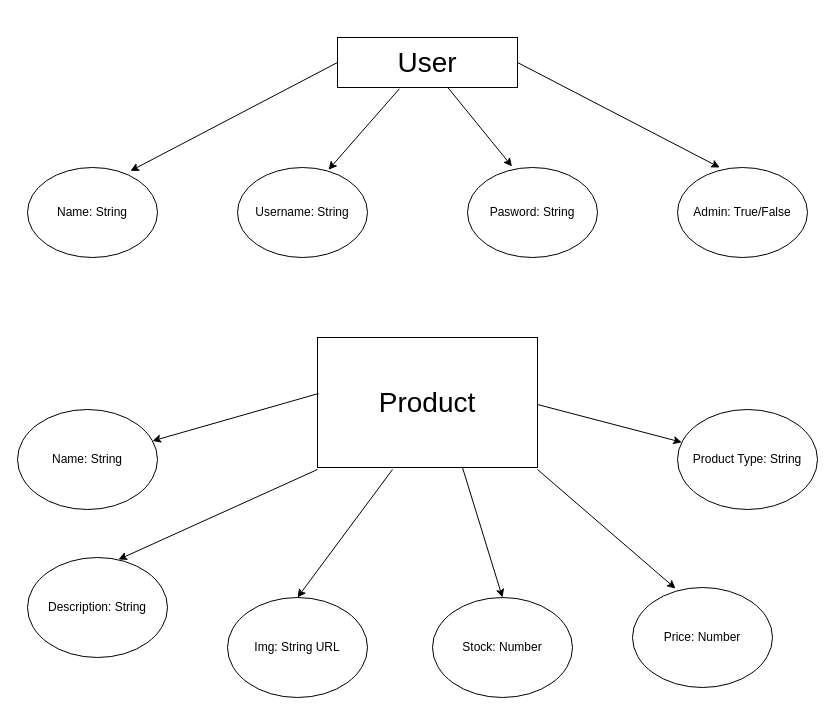
Above: ERD.drawio in dazeyb/OutdoorGearSite (draw.io), before the change. Source tidied: cells renumbered, new cells numbered last; positions are measured from the earlier drawing's top-left corner, leaving out a move shared by most shapes. Both pictures are drawn from the tidied source at 100%, with x=0, y=0 at pixel (17, 37).
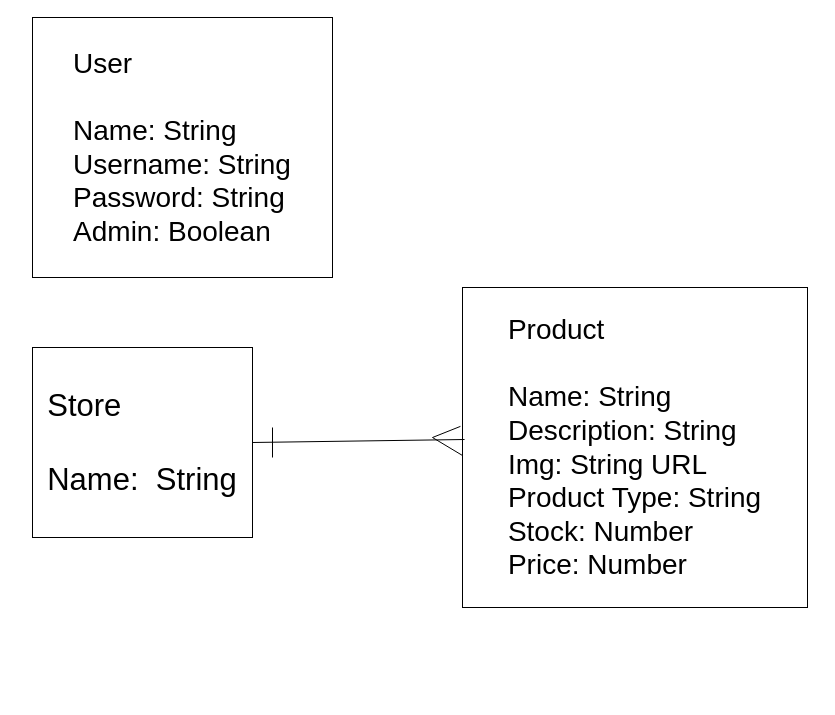
The same diagram, later.

Commit message (it also covers changes not shown here):
New ERD draft

Diff of the diagram source:
```diff
@@
-    <mxCell id="2" value="&lt;font style=&quot;font-size: 28px&quot;&gt;User&lt;/font&gt;" style="rounded=0;whiteSpace=wrap;html=1;" parent="1" vertex="1">
-      <mxGeometry x="320" width="180" height="50" as="geometry" />
+    <mxCell id="2" value="&lt;div style=&quot;text-align: left ; font-size: 28px&quot;&gt;&lt;font style=&quot;font-size: 28px&quot;&gt;User&lt;/font&gt;&lt;/div&gt;&lt;font style=&quot;font-size: 28px&quot;&gt;&lt;div style=&quot;text-align: left&quot;&gt;&lt;br&gt;&lt;/div&gt;&lt;div style=&quot;text-align: left&quot;&gt;&lt;span&gt;Name: String&lt;/span&gt;&lt;/div&gt;&lt;div style=&quot;text-align: left&quot;&gt;&lt;span&gt;Username: String&lt;/span&gt;&lt;/div&gt;&lt;div style=&quot;text-align: left&quot;&gt;&lt;span&gt;Password: String&lt;/span&gt;&lt;/div&gt;&lt;div style=&quot;text-align: left&quot;&gt;Admin: Boolean&lt;/div&gt;&lt;/font&gt;" style="rounded=0;whiteSpace=wrap;html=1;" parent="1" vertex="1">
+      <mxGeometry x="15" y="-20" width="300" height="260" as="geometry" />
     </mxCell>
-    <mxCell id="3" value="&lt;font style=&quot;font-size: 28px&quot;&gt;Product&lt;/font&gt;" style="rounded=0;whiteSpace=wrap;html=1;" parent="1" vertex="1">
-      <mxGeometry x="300" y="300" width="220" height="130" as="geometry" />
+    <mxCell id="3" value="&lt;div style=&quot;text-align: left&quot;&gt;&lt;span style=&quot;font-size: 28px&quot;&gt;Product&lt;/span&gt;&lt;/div&gt;&lt;font&gt;&lt;div style=&quot;text-align: left&quot;&gt;&lt;span style=&quot;font-size: 28px&quot;&gt;&lt;br&gt;&lt;/span&gt;&lt;/div&gt;&lt;span style=&quot;font-size: 28px&quot;&gt;&lt;div style=&quot;text-align: left&quot;&gt;&lt;span&gt;Name: String&lt;/span&gt;&lt;/div&gt;&lt;/span&gt;&lt;span style=&quot;font-size: 28px&quot;&gt;&lt;div style=&quot;text-align: left&quot;&gt;&lt;span&gt;Description: String&lt;/span&gt;&lt;/div&gt;&lt;/span&gt;&lt;span style=&quot;font-size: 28px&quot;&gt;&lt;div style=&quot;text-align: left&quot;&gt;&lt;span&gt;Img: String URL&lt;/span&gt;&lt;/div&gt;&lt;/span&gt;&lt;span style=&quot;font-size: 28px&quot;&gt;&lt;div style=&quot;text-align: left&quot;&gt;&lt;span&gt;Product Type: String&lt;/span&gt;&lt;/div&gt;&lt;/span&gt;&lt;span style=&quot;font-size: 28px&quot;&gt;&lt;div style=&quot;text-align: left&quot;&gt;&lt;span&gt;Stock: Number&lt;/span&gt;&lt;/div&gt;&lt;/span&gt;&lt;span style=&quot;font-size: 28px&quot;&gt;&lt;div style=&quot;text-align: left&quot;&gt;&lt;span&gt;Price: Number&lt;/span&gt;&lt;/div&gt;&lt;/span&gt;&lt;/font&gt;" style="rounded=0;whiteSpace=wrap;html=1;" parent="1" vertex="1">
+      <mxGeometry x="445" y="250" width="345" height="320" as="geometry" />
     </mxCell>
-    <mxCell id="4" value="Name: String" style="ellipse;whiteSpace=wrap;html=1;" parent="1" vertex="1">
-      <mxGeometry x="10" y="130" width="130" height="90" as="geometry" />
-    </mxCell>
-    <mxCell id="5" value="Username: String" style="ellipse;whiteSpace=wrap;html=1;" parent="1" vertex="1">
-      <mxGeometry x="220" y="130" width="130" height="90" as="geometry" />
-    </mxCell>
-    <mxCell id="6" value="Pasword: String" style="ellipse;whiteSpace=wrap;html=1;" parent="1" vertex="1">
-      <mxGeometry x="450" y="130" width="130" height="90" as="geometry" />
-    </mxCell>
-    <mxCell id="7" value="Admin: True/False" style="ellipse;whiteSpace=wrap;html=1;" parent="1" vertex="1">
-      <mxGeometry x="660" y="130" width="130" height="90" as="geometry" />
-    </mxCell>
-    <mxCell id="8" style="endArrow=classic;html=1;exitX=0.344;exitY=1.025;exitDx=0;exitDy=0;exitPerimeter=0;entryX=0.7;entryY=0.025;entryDx=0;entryDy=0;entryPerimeter=0;" parent="1" edge="1" source="2" target="5">
-      <mxGeometry relative="1" as="geometry" />
-    </mxCell>
-    <mxCell id="9" style="endArrow=classic;html=1;entryX=0.342;entryY=-0.012;entryDx=0;entryDy=0;entryPerimeter=0;" parent="1" edge="1" source="2" target="6">
-      <mxGeometry relative="1" as="geometry" />
-    </mxCell>
-    <mxCell id="10" style="endArrow=classic;html=1;entryX=0.792;entryY=0.038;entryDx=0;entryDy=0;entryPerimeter=0;exitX=0;exitY=0.5;exitDx=0;exitDy=0;" parent="1" edge="1" source="2" target="4">
-      <mxGeometry relative="1" as="geometry" />
-    </mxCell>
-    <mxCell id="11" style="endArrow=classic;html=1;entryX=0.325;entryY=0;entryDx=0;entryDy=0;entryPerimeter=0;exitX=1;exitY=0.5;exitDx=0;exitDy=0;" parent="1" edge="1" source="2" target="7">
-      <mxGeometry relative="1" as="geometry" />
-    </mxCell>
-    <mxCell id="12" value="Name: String" style="ellipse;whiteSpace=wrap;html=1;" parent="1" vertex="1">
-      <mxGeometry y="372" width="140" height="100" as="geometry" />
-    </mxCell>
-    <mxCell id="13" value="Description: String" style="ellipse;whiteSpace=wrap;html=1;" parent="1" vertex="1">
-      <mxGeometry x="10" y="520" width="140" height="100" as="geometry" />
-    </mxCell>
-    <mxCell id="14" value="Img: String URL" style="ellipse;whiteSpace=wrap;html=1;" parent="1" vertex="1">
-      <mxGeometry x="210" y="560" width="140" height="100" as="geometry" />
-    </mxCell>
-    <mxCell id="15" value="Price: Number" style="ellipse;whiteSpace=wrap;html=1;" parent="1" vertex="1">
-      <mxGeometry x="615" y="550" width="140" height="100" as="geometry" />
-    </mxCell>
-    <mxCell id="16" value="Product Type: String" style="ellipse;whiteSpace=wrap;html=1;" parent="1" vertex="1">
-      <mxGeometry x="660" y="372" width="140" height="100" as="geometry" />
-    </mxCell>
-    <mxCell id="17" style="endArrow=classic;html=1;exitX=0.005;exitY=0.415;exitDx=0;exitDy=0;exitPerimeter=0;" parent="1" edge="1" target="12">
-      <mxGeometry relative="1" as="geometry">
-        <mxPoint x="301.1" y="356" as="sourcePoint" />
-      </mxGeometry>
-    </mxCell>
-    <mxCell id="18" style="endArrow=classic;html=1;exitX=0;exitY=1;exitDx=0;exitDy=0;entryX=0.65;entryY=0.02;entryDx=0;entryDy=0;entryPerimeter=0;" parent="1" edge="1" target="13">
-      <mxGeometry relative="1" as="geometry">
-        <mxPoint x="300" y="432" as="sourcePoint" />
-      </mxGeometry>
-    </mxCell>
-    <mxCell id="19" style="endArrow=classic;html=1;entryX=0.5;entryY=0;entryDx=0;entryDy=0;" parent="1" edge="1" target="14">
-      <mxGeometry relative="1" as="geometry">
-        <mxPoint x="375" y="432" as="sourcePoint" />
-      </mxGeometry>
-    </mxCell>
-    <mxCell id="20" style="endArrow=classic;html=1;entryX=0.307;entryY=0.01;entryDx=0;entryDy=0;entryPerimeter=0;exitX=1;exitY=1;exitDx=0;exitDy=0;" parent="1" edge="1" target="15">
-      <mxGeometry relative="1" as="geometry">
-        <mxPoint x="520" y="432" as="sourcePoint" />
-      </mxGeometry>
-    </mxCell>
-    <mxCell id="21" style="endArrow=classic;html=1;exitX=1;exitY=0.5;exitDx=0;exitDy=0;" parent="1" edge="1" target="16">
-      <mxGeometry relative="1" as="geometry">
-        <mxPoint x="520" y="367" as="sourcePoint" />
-      </mxGeometry>
-    </mxCell>
-    <mxCell id="22" value="Stock: Number" style="ellipse;whiteSpace=wrap;html=1;" parent="1" vertex="1">
-      <mxGeometry x="415" y="560" width="140" height="100" as="geometry" />
-    </mxCell>
-    <mxCell id="23" style="endArrow=classic;html=1;entryX=0.5;entryY=0;entryDx=0;entryDy=0;exitX=0.659;exitY=1;exitDx=0;exitDy=0;exitPerimeter=0;" parent="1" edge="1" source="3" target="22">
-      <mxGeometry relative="1" as="geometry" />
-    </mxCell>
+    <mxCell id="24" value="&lt;div style=&quot;text-align: left&quot;&gt;&lt;span style=&quot;font-size: 31px&quot;&gt;Store&lt;/span&gt;&lt;/div&gt;&lt;div style=&quot;text-align: left&quot;&gt;&lt;span style=&quot;font-size: 31px&quot;&gt;&lt;br&gt;&lt;/span&gt;&lt;/div&gt;&lt;font&gt;&lt;span style=&quot;font-size: 31px&quot;&gt;&lt;div style=&quot;text-align: left&quot;&gt;&lt;span&gt;Name:&amp;nbsp; String&lt;/span&gt;&lt;/div&gt;&lt;/span&gt;&lt;/font&gt;" style="rounded=0;whiteSpace=wrap;html=1;" parent="1" vertex="1">
+      <mxGeometry x="15" y="310" width="220" height="190" as="geometry" />
+    </mxCell>
+    <mxCell id="25" style="endArrow=none;html=1;exitX=1;exitY=0.5;exitDx=0;exitDy=0;entryX=0.006;entryY=0.475;entryDx=0;entryDy=0;entryPerimeter=0;" parent="1" edge="1" source="24" target="3">
+      <mxGeometry relative="1" as="geometry" />
+    </mxCell>
+    <mxCell id="26" style="endArrow=none;html=1;entryX=-0.006;entryY=0.434;entryDx=0;entryDy=0;entryPerimeter=0;" parent="1" edge="1" target="3">
+      <mxGeometry relative="1" as="geometry">
+        <mxPoint x="415" y="400" as="sourcePoint" />
+      </mxGeometry>
+    </mxCell>
+    <mxCell id="27" style="endArrow=none;html=1;" parent="1" edge="1">
+      <mxGeometry relative="1" as="geometry">
+        <mxPoint x="415" y="400" as="sourcePoint" />
+        <mxPoint x="445" y="418" as="targetPoint" />
+      </mxGeometry>
+    </mxCell>
+    <mxCell id="28" style="endArrow=none;html=1;" parent="1" edge="1">
+      <mxGeometry relative="1" as="geometry">
+        <mxPoint x="255" y="390" as="sourcePoint" />
+        <mxPoint x="255" y="420" as="targetPoint" />
+      </mxGeometry>
+    </mxCell>
```
